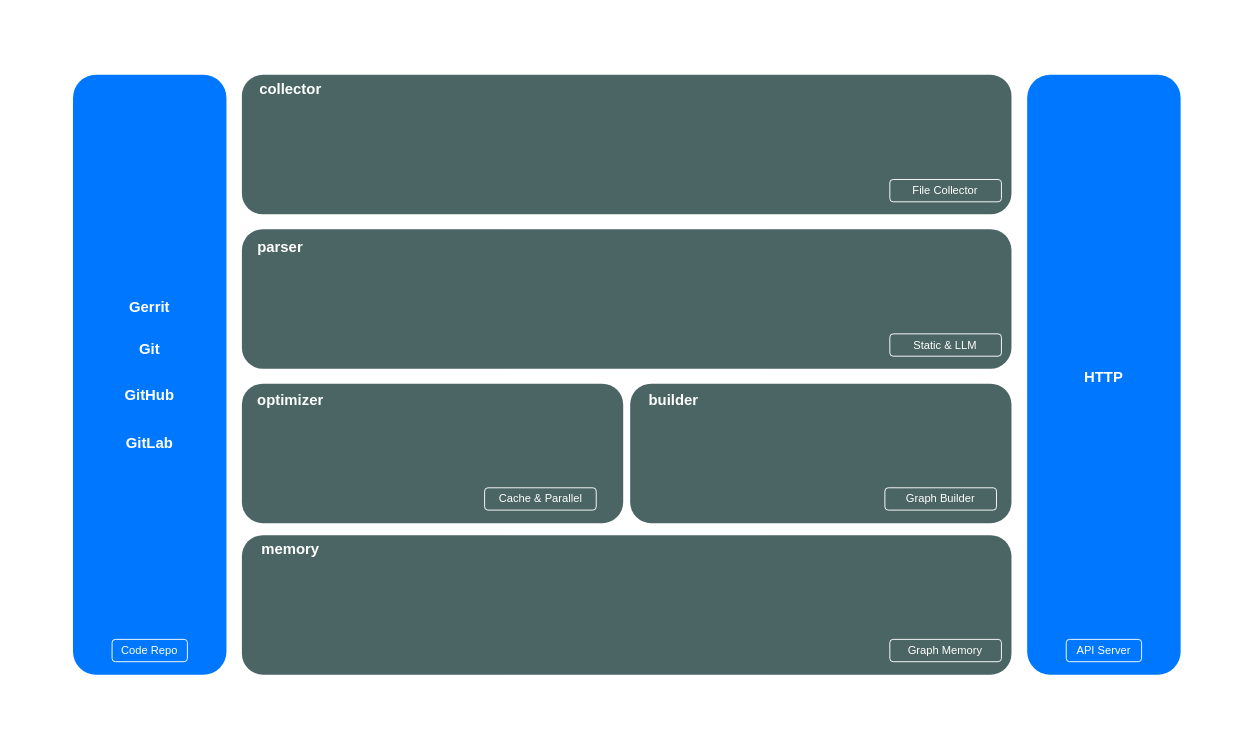
Earlier version of the draw.io diagram arch.drawio (ai-flowx/vecx). Source tidied: cells renumbered, new cells numbered last; positions are measured from the earlier drawing's top-left corner, leaving out a move shared by most shapes. Both pictures are drawn from the tidied source at 93%, with x=0, y=0 at pixel (16, 16).
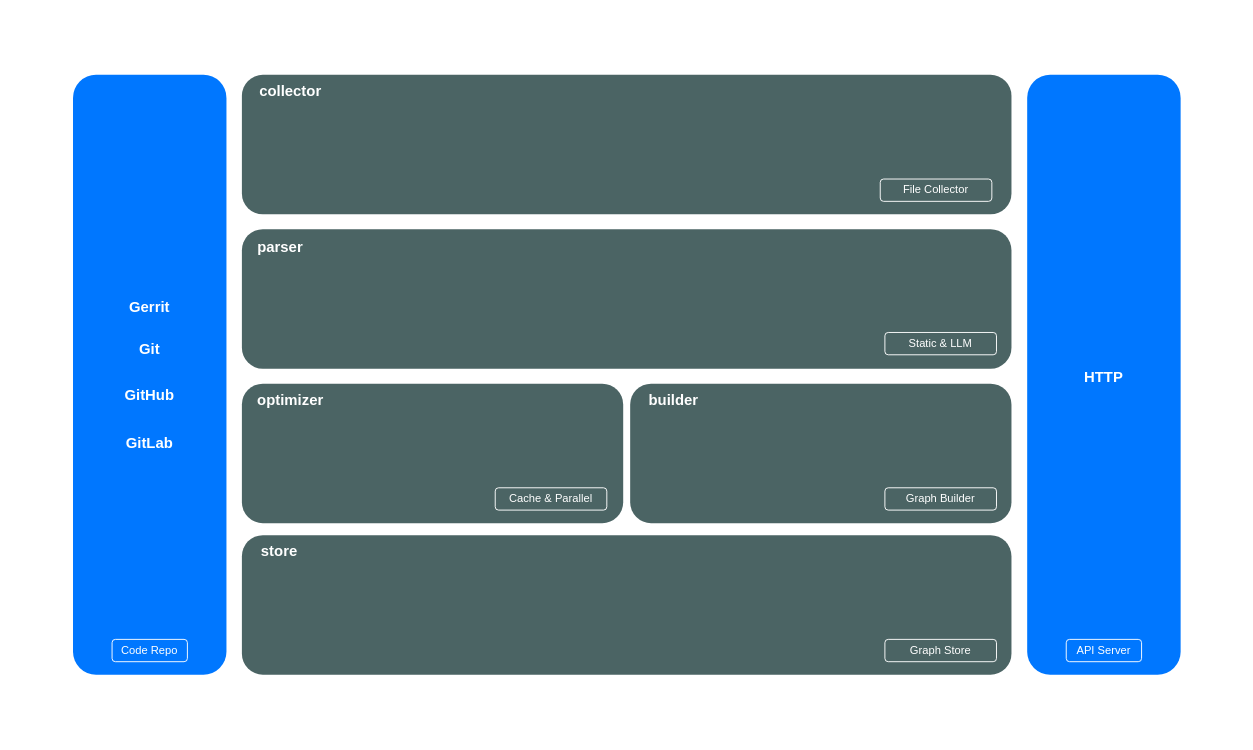
The same page after the edit.

The edit, as a diff of the source:
```diff
@@
     <mxCell id="7" value="&lt;b style=&quot;font-size: 16px;&quot;&gt;collector&lt;/b&gt;" style="text;html=1;strokeColor=none;fillColor=none;align=center;verticalAlign=middle;whiteSpace=wrap;rounded=0;fontSize=16;fontColor=#FFFFFF;" parent="1" vertex="1">
-      <mxGeometry x="253.6" y="63" width="81.5" height="30" as="geometry" />
+      <mxGeometry x="253.6" y="65" width="81.5" height="30" as="geometry" />
     </mxCell>
     <mxCell id="8" value="&lt;span&gt;File Collector&lt;/span&gt;" style="text;html=1;strokeColor=#FFFFFF;fillColor=none;align=center;verticalAlign=middle;whiteSpace=wrap;rounded=1;fontStyle=0;fontColor=#FFFFFF;" parent="1" vertex="1">
-      <mxGeometry x="939.3" y="175.5" width="120" height="24" as="geometry" />
+      <mxGeometry x="929" y="175" width="120" height="24" as="geometry" />
     </mxCell>
@@
     <mxCell id="11" value="Cache &amp;amp; Parallel" style="text;html=1;strokeColor=#FFFFFF;fillColor=none;align=center;verticalAlign=middle;whiteSpace=wrap;rounded=1;fontStyle=0;fontColor=#FFFFFF;" parent="1" vertex="1">
-      <mxGeometry x="503.6" y="507" width="120" height="24" as="geometry" />
+      <mxGeometry x="515" y="507" width="120" height="24" as="geometry" />
     </mxCell>
@@
-    <mxCell id="19" value="&lt;b&gt;memory&lt;/b&gt;" style="text;html=1;strokeColor=none;fillColor=none;align=center;verticalAlign=middle;whiteSpace=wrap;rounded=0;fontSize=16;fontColor=#FFFFFF;" parent="1" vertex="1">
-      <mxGeometry x="255.5" y="558" width="77.8" height="30" as="geometry" />
+    <mxCell id="19" value="&lt;b&gt;store&lt;/b&gt;" style="text;html=1;strokeColor=none;fillColor=none;align=center;verticalAlign=middle;whiteSpace=wrap;rounded=0;fontSize=16;fontColor=#FFFFFF;" parent="1" vertex="1">
+      <mxGeometry x="253.6" y="560" width="58.4" height="30" as="geometry" />
     </mxCell>
-    <mxCell id="20" value="&lt;span&gt;Graph Memory&lt;/span&gt;" style="text;html=1;strokeColor=#FFFFFF;fillColor=none;align=center;verticalAlign=middle;whiteSpace=wrap;rounded=1;fontStyle=0;fontColor=#FFFFFF;" parent="1" vertex="1">
-      <mxGeometry x="939.3" y="670" width="120" height="24" as="geometry" />
+    <mxCell id="20" value="&lt;span&gt;Graph Store&lt;/span&gt;" style="text;html=1;strokeColor=#FFFFFF;fillColor=none;align=center;verticalAlign=middle;whiteSpace=wrap;rounded=1;fontStyle=0;fontColor=#FFFFFF;" parent="1" vertex="1">
+      <mxGeometry x="934" y="670" width="120" height="24" as="geometry" />
     </mxCell>
@@
     <mxCell id="23" value="&lt;span&gt;Static &amp;amp; LLM&lt;/span&gt;" style="text;html=1;strokeColor=#FFFFFF;fillColor=none;align=center;verticalAlign=middle;whiteSpace=wrap;rounded=1;fontStyle=0;fontColor=#FFFFFF;" parent="1" vertex="1">
-      <mxGeometry x="939.3" y="341.5" width="120" height="24" as="geometry" />
+      <mxGeometry x="934" y="340" width="120" height="24" as="geometry" />
     </mxCell>
```
